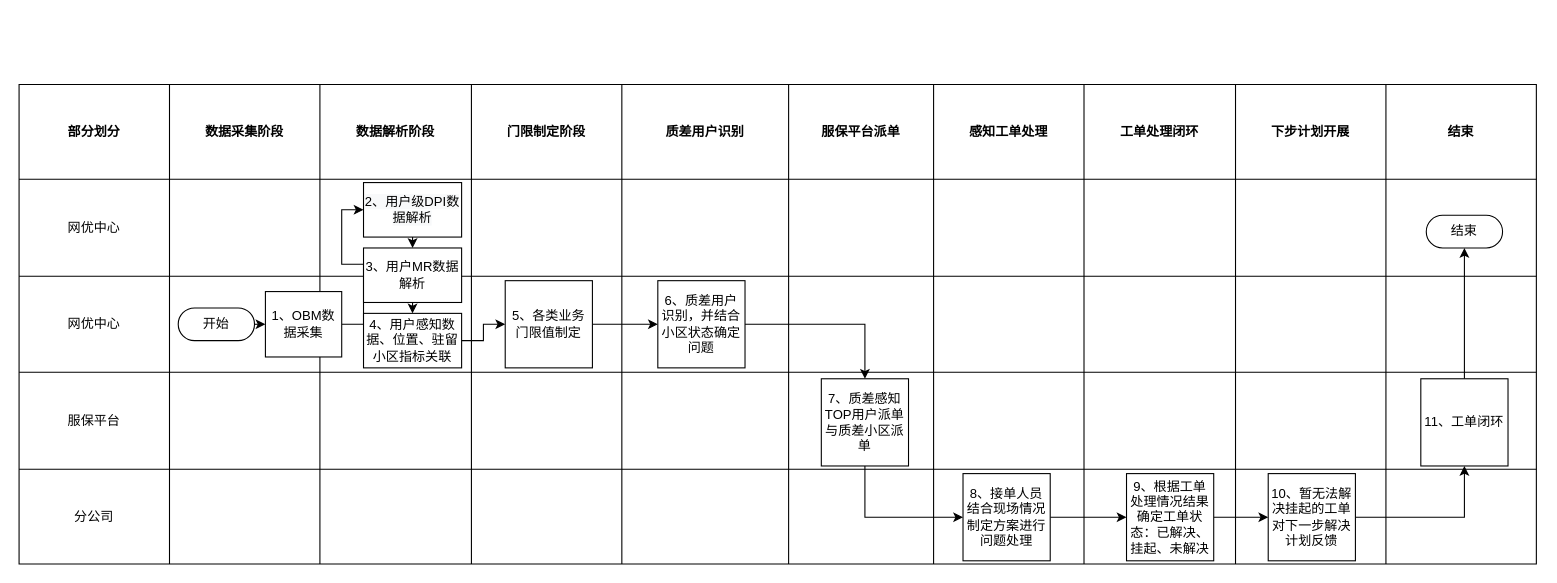
This is Untitled Diagram.drawio from b253716329/-, a draw.io file, before an edit. Source tidied: cells renumbered, new cells numbered last; positions are measured from the earlier drawing's top-left corner, leaving out a move shared by most shapes. Both pictures are drawn from the tidied source at 109%, with x=0, y=0 at pixel (19, 84).
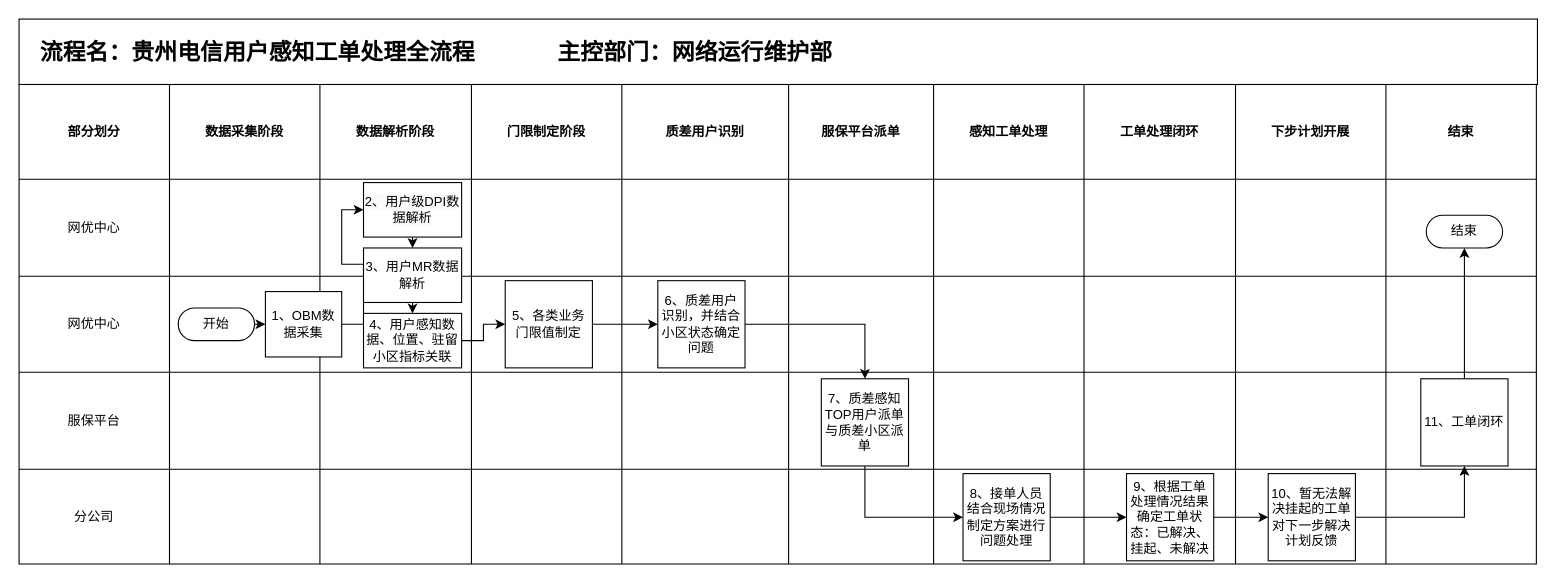
Above is the later version.

Change to the diagram source:
```diff
@@
+    <mxCell id="83" value="&lt;font style=&quot;font-size: 21px&quot;&gt;&lt;b&gt;&amp;nbsp; &amp;nbsp;流程名：贵州电信用户感知工单处理全流程&amp;nbsp; &amp;nbsp; &amp;nbsp; &amp;nbsp; &amp;nbsp; &amp;nbsp; &amp;nbsp;主控部门：网络运行维护部&amp;nbsp; &amp;nbsp; &amp;nbsp; &amp;nbsp; &amp;nbsp; &amp;nbsp; &amp;nbsp; &amp;nbsp; &amp;nbsp; &amp;nbsp; &amp;nbsp;&lt;/b&gt;&lt;/font&gt;" style="rounded=0;whiteSpace=wrap;html=1;fontSize=12;align=left;" parent="1" vertex="1">
+      <mxGeometry y="-60" width="1393" height="60" as="geometry" />
+    </mxCell>
```
